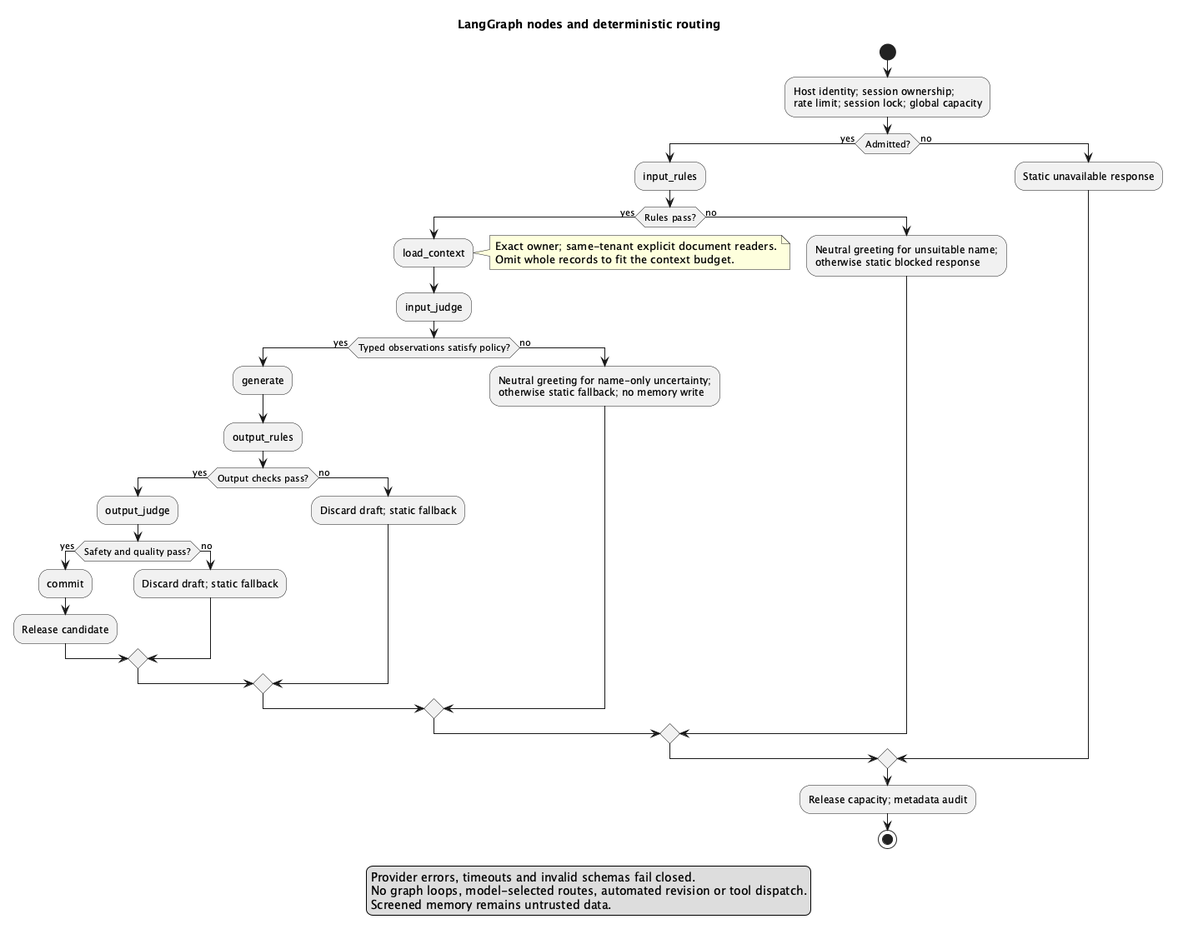
The PlantUML diagram docs/diagrams/03-workflow.png in Iman/agentic-drink-book, before a commit. Its source is kept beside it as docs/diagrams/03-workflow.puml.
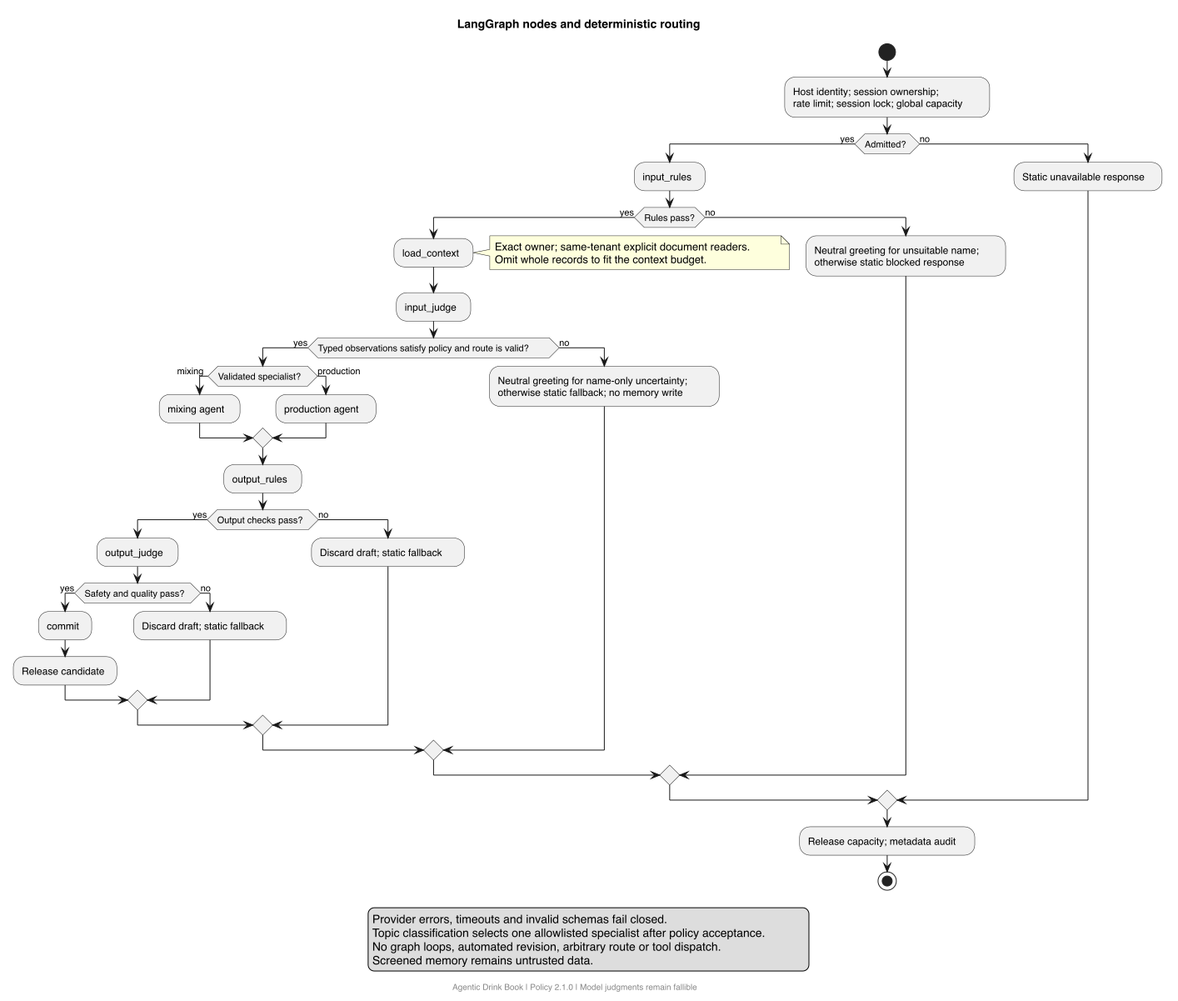
The same file after the commit.

Diff of the diagram source:
```diff
@@ -12,8 +12,12 @@
       Omit whole records to fit the context budget.
     end note
     :input_judge;
-    if (Typed observations satisfy policy?) then (yes)
-      :generate;
+    if (Typed observations satisfy policy and route is valid?) then (yes)
+      if (Validated specialist?) then (mixing)
+        :mixing agent;
+      else (production)
+        :production agent;
+      endif
       :output_rules;
       if (Output checks pass?) then (yes)
         :output_judge;
@@ -39,7 +43,9 @@
 stop
 legend bottom
 Provider errors, timeouts and invalid schemas fail closed.
-No graph loops, model-selected routes, automated revision or tool dispatch.
+Topic classification selects one allowlisted specialist after policy acceptance.
+No graph loops, automated revision, arbitrary route or tool dispatch.
 Screened memory remains untrusted data.
 endlegend
+footer Agentic Drink Book | Policy 2.1.0 | Model judgments remain fallible
 @enduml
```
